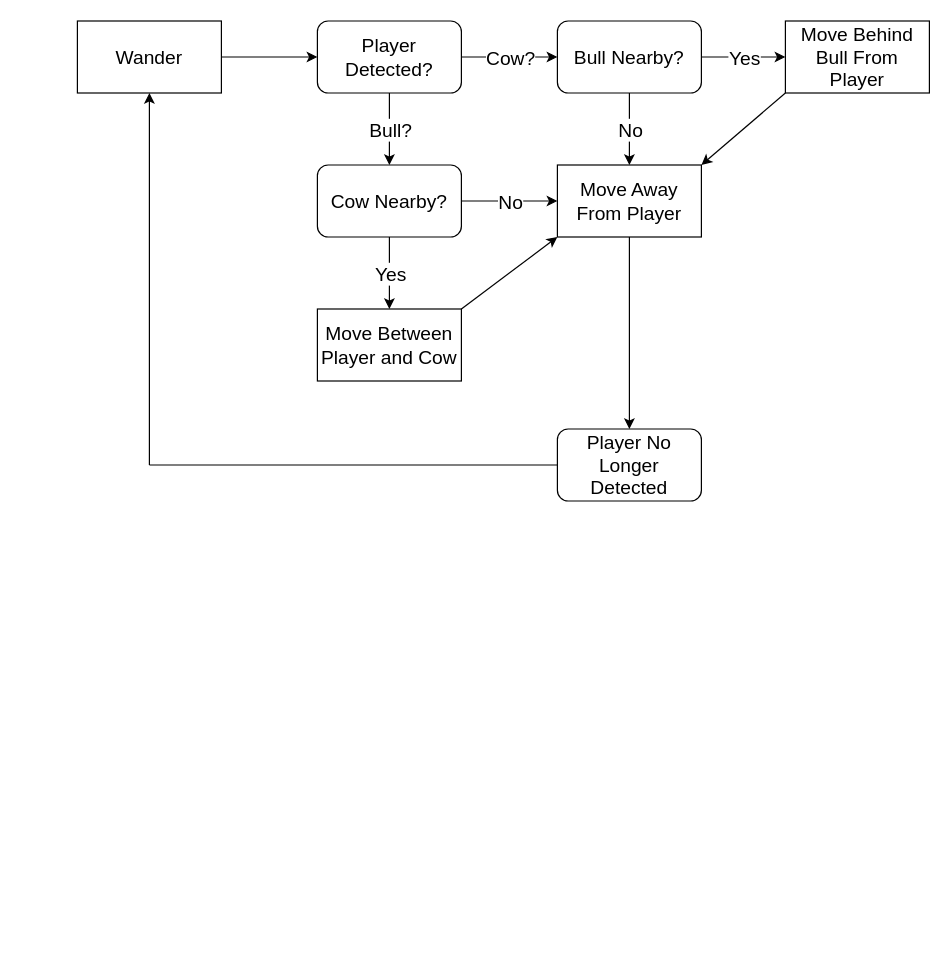
Before: Untitled Diagram.drawio in jacknm96/Save, a draw.io diagram. Source tidied: cells renumbered, new cells numbered last; positions are measured from the earlier drawing's top-left corner, leaving out a move shared by most shapes. Both pictures are drawn from the tidied source at 120%, with x=0, y=0 at pixel (77, 20).
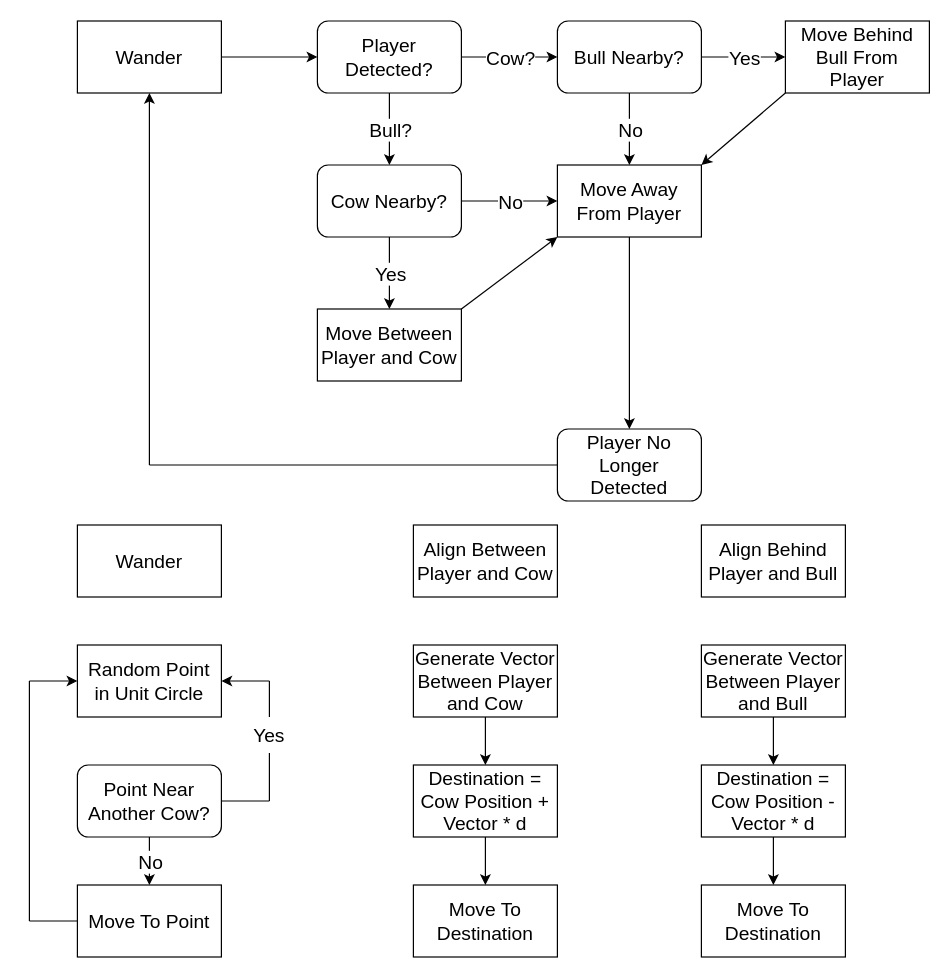
The same diagram, later.

What changed in the source:
```diff
@@
+    <mxCell id="28" value="Wander" style="rounded=0;whiteSpace=wrap;html=1;fontSize=16;" parent="1" vertex="1">
+      <mxGeometry y="420" width="120" height="60" as="geometry" />
+    </mxCell>
+    <mxCell id="29" value="Random Point in Unit Circle" style="rounded=0;whiteSpace=wrap;html=1;fontSize=16;" parent="1" vertex="1">
+      <mxGeometry y="520" width="120" height="60" as="geometry" />
+    </mxCell>
+    <mxCell id="30" value="Point Near Another Cow?" style="rounded=1;whiteSpace=wrap;html=1;fontSize=16;" parent="1" vertex="1">
+      <mxGeometry y="620" width="120" height="60" as="geometry" />
+    </mxCell>
+    <mxCell id="31" style="endArrow=none;html=1;rounded=0;fontSize=16;exitX=1;exitY=0.5;exitDx=0;exitDy=0;" parent="1" edge="1" source="30">
+      <mxGeometry relative="1" as="geometry">
+        <mxPoint x="160" y="650" as="targetPoint" />
+      </mxGeometry>
+    </mxCell>
+    <mxCell id="32" value="Move To Point" style="rounded=0;whiteSpace=wrap;html=1;fontSize=16;" parent="1" vertex="1">
+      <mxGeometry y="720" width="120" height="60" as="geometry" />
+    </mxCell>
+    <mxCell id="33" style="endArrow=classic;html=1;rounded=0;fontSize=16;exitX=0.5;exitY=1;exitDx=0;exitDy=0;entryX=0.5;entryY=0;entryDx=0;entryDy=0;" parent="1" edge="1" source="30" target="32">
+      <mxGeometry relative="1" as="geometry" />
+    </mxCell>
+    <mxCell id="34" value="No" style="edgeLabel;html=1;align=center;verticalAlign=middle;fontSize=16;" parent="33" vertex="1">
+      <mxGeometry relative="1" as="geometry" />
+    </mxCell>
+    <mxCell id="35" style="endArrow=none;html=1;rounded=0;fontSize=16;entryX=0;entryY=0.5;entryDx=0;entryDy=0;" parent="1" edge="1" target="32">
+      <mxGeometry relative="1" as="geometry">
+        <mxPoint x="-40" y="750" as="sourcePoint" />
+      </mxGeometry>
+    </mxCell>
+    <mxCell id="36" style="endArrow=none;html=1;rounded=0;fontSize=16;" parent="1" edge="1">
+      <mxGeometry relative="1" as="geometry">
+        <mxPoint x="-40" y="750" as="sourcePoint" />
+        <mxPoint x="-40" y="550" as="targetPoint" />
+      </mxGeometry>
+    </mxCell>
+    <mxCell id="37" style="endArrow=classic;html=1;rounded=0;fontSize=16;entryX=0;entryY=0.5;entryDx=0;entryDy=0;" parent="1" edge="1" target="29">
+      <mxGeometry relative="1" as="geometry">
+        <mxPoint x="-40" y="550" as="sourcePoint" />
+      </mxGeometry>
+    </mxCell>
+    <mxCell id="38" style="endArrow=classic;html=1;rounded=0;fontSize=16;entryX=1;entryY=0.5;entryDx=0;entryDy=0;" parent="1" edge="1" target="29">
+      <mxGeometry relative="1" as="geometry">
+        <mxPoint x="160" y="550" as="sourcePoint" />
+      </mxGeometry>
+    </mxCell>
+    <mxCell id="39" value="Yes" style="text;html=1;strokeColor=none;fillColor=none;align=center;verticalAlign=middle;whiteSpace=wrap;rounded=0;fontSize=16;" parent="1" vertex="1">
+      <mxGeometry x="130" y="580" width="60" height="30" as="geometry" />
+    </mxCell>
+    <mxCell id="40" style="endArrow=none;html=1;rounded=0;fontSize=16;entryX=0.5;entryY=1;entryDx=0;entryDy=0;" parent="1" edge="1" target="39">
+      <mxGeometry relative="1" as="geometry">
+        <mxPoint x="160" y="650" as="sourcePoint" />
+      </mxGeometry>
+    </mxCell>
+    <mxCell id="41" style="endArrow=none;html=1;rounded=0;fontSize=16;entryX=0.5;entryY=0;entryDx=0;entryDy=0;" parent="1" edge="1" target="39">
+      <mxGeometry relative="1" as="geometry">
+        <mxPoint x="160" y="550" as="sourcePoint" />
+      </mxGeometry>
+    </mxCell>
+    <mxCell id="42" value="Align Between Player and Cow" style="rounded=0;whiteSpace=wrap;html=1;fontSize=16;" parent="1" vertex="1">
+      <mxGeometry x="280" y="420" width="120" height="60" as="geometry" />
+    </mxCell>
+    <mxCell id="43" value="Generate Vector Between Player and Cow" style="rounded=0;whiteSpace=wrap;html=1;fontSize=16;" parent="1" vertex="1">
+      <mxGeometry x="280" y="520" width="120" height="60" as="geometry" />
+    </mxCell>
+    <mxCell id="44" value="Destination = Cow Position + Vector * d" style="rounded=0;whiteSpace=wrap;html=1;fontSize=16;" parent="1" vertex="1">
+      <mxGeometry x="280" y="620" width="120" height="60" as="geometry" />
+    </mxCell>
+    <mxCell id="45" value="Move To Destination" style="rounded=0;whiteSpace=wrap;html=1;fontSize=16;" parent="1" vertex="1">
+      <mxGeometry x="280" y="720" width="120" height="60" as="geometry" />
+    </mxCell>
+    <mxCell id="46" style="endArrow=classic;html=1;rounded=0;fontSize=16;exitX=0.5;exitY=1;exitDx=0;exitDy=0;entryX=0.5;entryY=0;entryDx=0;entryDy=0;" parent="1" edge="1" source="43" target="44">
+      <mxGeometry relative="1" as="geometry" />
+    </mxCell>
+    <mxCell id="47" style="endArrow=classic;html=1;rounded=0;fontSize=16;exitX=0.5;exitY=1;exitDx=0;exitDy=0;entryX=0.5;entryY=0;entryDx=0;entryDy=0;" parent="1" edge="1" source="44" target="45">
+      <mxGeometry relative="1" as="geometry" />
+    </mxCell>
+    <mxCell id="48" value="Align Behind Player and Bull" style="rounded=0;whiteSpace=wrap;html=1;fontSize=16;" parent="1" vertex="1">
+      <mxGeometry x="520" y="420" width="120" height="60" as="geometry" />
+    </mxCell>
+    <mxCell id="49" value="Generate Vector Between Player and Bull" style="rounded=0;whiteSpace=wrap;html=1;fontSize=16;" parent="1" vertex="1">
+      <mxGeometry x="520" y="520" width="120" height="60" as="geometry" />
+    </mxCell>
+    <mxCell id="50" value="Destination = Cow Position - Vector * d" style="rounded=0;whiteSpace=wrap;html=1;fontSize=16;" parent="1" vertex="1">
+      <mxGeometry x="520" y="620" width="120" height="60" as="geometry" />
+    </mxCell>
+    <mxCell id="51" value="Move To Destination" style="rounded=0;whiteSpace=wrap;html=1;fontSize=16;" parent="1" vertex="1">
+      <mxGeometry x="520" y="720" width="120" height="60" as="geometry" />
+    </mxCell>
+    <mxCell id="52" style="endArrow=classic;html=1;rounded=0;fontSize=16;exitX=0.5;exitY=1;exitDx=0;exitDy=0;entryX=0.5;entryY=0;entryDx=0;entryDy=0;" parent="1" edge="1" source="49" target="50">
+      <mxGeometry relative="1" as="geometry" />
+    </mxCell>
+    <mxCell id="53" style="endArrow=classic;html=1;rounded=0;fontSize=16;exitX=0.5;exitY=1;exitDx=0;exitDy=0;entryX=0.5;entryY=0;entryDx=0;entryDy=0;" parent="1" edge="1" source="50" target="51">
+      <mxGeometry relative="1" as="geometry" />
+    </mxCell>
```
